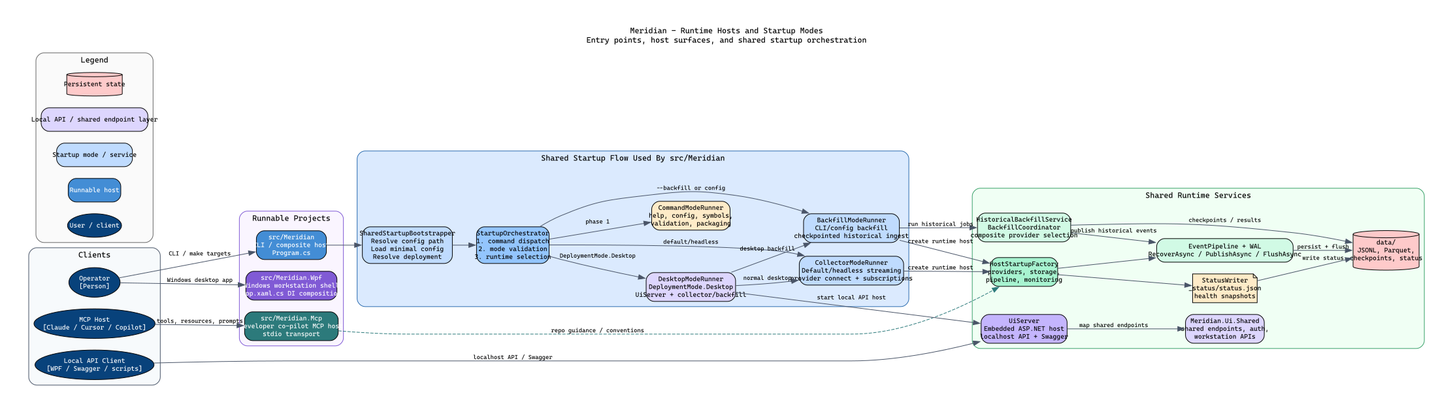
Above: docs/diagrams/architecture/platform/runtime-hosts.png in rodoHasArrived/Meridian-main (Graphviz), before the change. Its source is kept beside it as docs/diagrams/architecture/platform/runtime-hosts.dot. Its diagram source:
```dot

digraph RuntimeHosts {
  rankdir=LR;
  graph [fontname="Helvetica", fontsize=12, bgcolor="white", compound=true, pad=0.5];
  node  [fontname="Helvetica", fontsize=10, shape=box, style="rounded,filled"];
  edge  [fontname="Helvetica", fontsize=9, color="#4a5568"];

  labelloc="t";
  label="Meridian - Runtime Hosts and Startup Modes\nEntry points, host surfaces, and shared startup orchestration";

  subgraph cluster_clients {
    label="Clients";
    color="#4a5568";
    style="rounded";
    bgcolor="#f7fafc";

    OPERATOR [shape=oval, fillcolor="#08427b", fontcolor="white",
              label="Operator\n[Person]"];
    LOCAL_CLIENT [shape=oval, fillcolor="#08427b", fontcolor="white",
                  label="Local API Client\n[WPF / Swagger / scripts]"];
    MCP_HOST [shape=oval, fillcolor="#08427b", fontcolor="white",
              label="MCP Host\n[Claude / Cursor / Copilot]"];
  }

  subgraph cluster_entrypoints {
    label="Runnable Projects";
    color="#805ad5";
    style="rounded";
    bgcolor="#faf5ff";

    MAIN_APP [fillcolor="#438dd5", fontcolor="white",
              label="src/Meridian\nCLI / composite host\nProgram.cs"];
    WPF_APP [fillcolor="#805ad5", fontcolor="white",
             label="src/Meridian.Wpf\nWindows workstation shell\nApp.xaml.cs DI composition"];
    MCP_REPO [fillcolor="#2c7a7b", fontcolor="white",
              label="src/Meridian.Mcp\nDeveloper co-pilot MCP host\nstdio transport"];
  }

  subgraph cluster_startup {
    label="Shared Startup Flow Used By src/Meridian";
    color="#2b6cb0";
    style="rounded";
    bgcolor="#dbeafe";

    BOOTSTRAPPER [fillcolor="#bfdbfe",
                  label="SharedStartupBootstrapper\nResolve config path\nLoad minimal config\nResolve deployment"];
    ORCHESTRATOR [fillcolor="#93c5fd",
                  label="StartupOrchestrator\n1. command dispatch\n2. mode validation\n3. runtime selection"];

    COMMAND_MODE [fillcolor="#feebc8",
                  label="CommandModeRunner\nhelp, config, symbols,\nvalidation, packaging"];
    DESKTOP_MODE [fillcolor="#ddd6fe",
                  label="DesktopModeRunner\nDeploymentMode.Desktop\nUiServer + collector/backfill"];
    COLLECTOR_MODE [fillcolor="#bfdbfe",
                    label="CollectorModeRunner\nDefault/headless streaming\nprovider connect + subscriptions"];
    BACKFILL_MODE [fillcolor="#bfdbfe",
                   label="BackfillModeRunner\nCLI/config backfill\ncheckpointed historical ingest"];
  }

  subgraph cluster_shared_runtime {
    label="Shared Runtime Services";
    color="#38a169";
    style="rounded";
    bgcolor="#f0fff4";

    DASHBOARD_BRIDGE [fillcolor="#c4b5fd",
                      label="UiServer\nEmbedded ASP.NET host\nlocalhost API + Swagger"];
    UI_SHARED [fillcolor="#ddd6fe",
               label="Meridian.Ui.Shared\nshared endpoints, auth,\nworkstation APIs"];
    HOST_FACTORY [fillcolor="#a7f3d0",
                  label="HostStartupFactory\nproviders, storage,\npipeline, monitoring"];
    PIPELINE [fillcolor="#d1fae5",
              label="EventPipeline + WAL\nRecoverAsync / PublishAsync / FlushAsync"];
    STATUS_WRITER [shape=note, fillcolor="#feebc8",
                   label="StatusWriter\n_status/status.json\nhealth snapshots"];
    BACKFILL_SERVICES [fillcolor="#d1fae5",
                       label="HistoricalBackfillService\nBackfillCoordinator\ncomposite provider selection"];
    STORAGE [shape=cylinder, fillcolor="#fecaca",
             label="data/\nJSONL, Parquet,\ncheckpoints, status"];
  }

  OPERATOR -> MAIN_APP [label="CLI / make targets"];
  OPERATOR -> WPF_APP [label="Windows desktop app"];
  LOCAL_CLIENT -> DASHBOARD_BRIDGE [label="localhost API / Swagger"];
  MCP_HOST -> MCP_REPO [label="tools, resources, prompts"];

  MAIN_APP -> BOOTSTRAPPER;
  BOOTSTRAPPER -> ORCHESTRATOR;
  ORCHESTRATOR -> COMMAND_MODE [label="phase 1"];
  ORCHESTRATOR -> DESKTOP_MODE [label="DeploymentMode.Desktop"];
  ORCHESTRATOR -> COLLECTOR_MODE [label="default/headless"];
  ORCHESTRATOR -> BACKFILL_MODE [label="--backfill or config"];

  DESKTOP_MODE -> DASHBOARD_BRIDGE [label="start local API host"];
  DASHBOARD_BRIDGE -> UI_SHARED [label="map shared endpoints"];

  DESKTOP_MODE -> COLLECTOR_MODE [label="normal desktop"];
  DESKTOP_MODE -> BACKFILL_MODE [label="desktop backfill"];

  COLLECTOR_MODE -> HOST_FACTORY [label="create runtime host"];
  BACKFILL_MODE -> HOST_FACTORY [label="create runtime host"];
  BACKFILL_MODE -> BACKFILL_SERVICES [label="run historical jobs"];
  HOST_FACTORY -> PIPELINE;
  HOST_FACTORY -> STATUS_WRITER;
  BACKFILL_SERVICES -> PIPELINE [label="publish historical events"];
  PIPELINE -> STORAGE [label="persist + flush"];
  STATUS_WRITER -> STORAGE [label="write status"];
  BACKFILL_SERVICES -> STORAGE [label="checkpoints / results"];

  MCP_REPO -> HOST_FACTORY [style=dashed, color="#2c7a7b",
                            label="repo guidance / conventions"];

  subgraph cluster_legend {
    label="Legend";
    style="rounded";
    color="#666666";
    bgcolor="#fafafa";

    LEG_PERSON [shape=oval, fillcolor="#08427b", fontcolor="white", label="User / client"];
    LEG_HOST [fillcolor="#438dd5", fontcolor="white", label="Runnable host"];
    LEG_MODE [fillcolor="#bfdbfe", label="Startup mode / service"];
    LEG_UI [fillcolor="#ddd6fe", label="Local API / shared endpoint layer"];
    LEG_STORE [shape=cylinder, fillcolor="#fecaca", label="Persistent state"];
  }
}
```
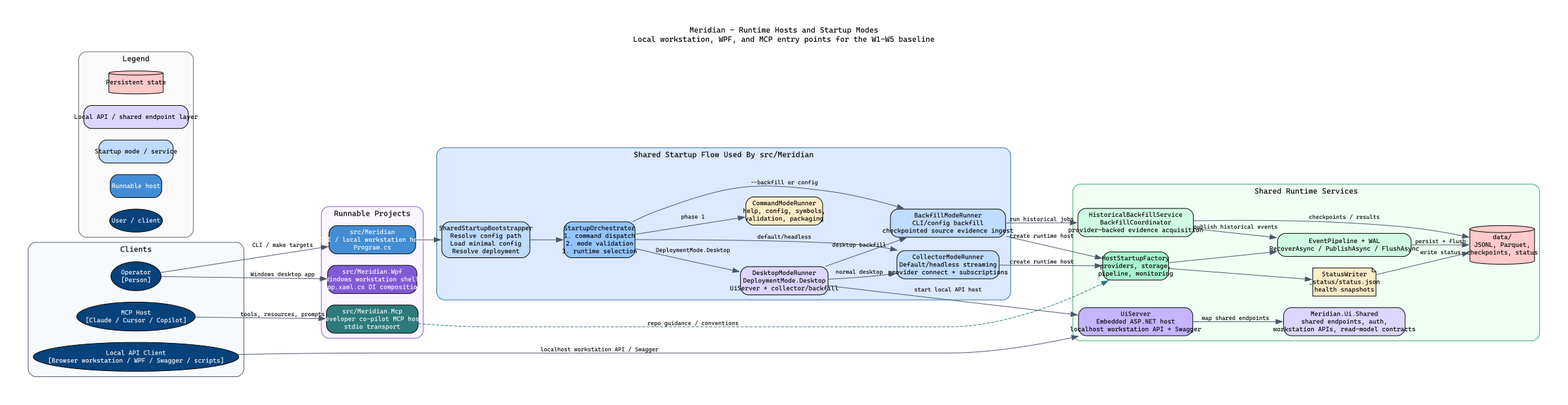
Later version of the same file.

Diff of the diagram source:
```diff
@@ -6,7 +6,7 @@
   edge  [fontname="Helvetica", fontsize=9, color="#4a5568"];
 
   labelloc="t";
-  label="Meridian - Runtime Hosts and Startup Modes\nEntry points, host surfaces, and shared startup orchestration";
+  label="Meridian - Runtime Hosts and Startup Modes\nLocal workstation, WPF, and MCP entry points for the W1-W5 baseline";
 
   subgraph cluster_clients {
     label="Clients";
@@ -17,7 +17,7 @@
     OPERATOR [shape=oval, fillcolor="#08427b", fontcolor="white",
               label="Operator\n[Person]"];
     LOCAL_CLIENT [shape=oval, fillcolor="#08427b", fontcolor="white",
-                  label="Local API Client\n[WPF / Swagger / scripts]"];
+                  label="Local API Client\n[Browser workstation / WPF / Swagger / scripts]"];
     MCP_HOST [shape=oval, fillcolor="#08427b", fontcolor="white",
               label="MCP Host\n[Claude / Cursor / Copilot]"];
   }
@@ -29,7 +29,7 @@
     bgcolor="#faf5ff";
 
     MAIN_APP [fillcolor="#438dd5", fontcolor="white",
-              label="src/Meridian\nCLI / composite host\nProgram.cs"];
+              label="src/Meridian\nCLI / local workstation host\nProgram.cs"];
     WPF_APP [fillcolor="#805ad5", fontcolor="white",
              label="src/Meridian.Wpf\nWindows workstation shell\nApp.xaml.cs DI composition"];
     MCP_REPO [fillcolor="#2c7a7b", fontcolor="white",
@@ -54,7 +54,7 @@
     COLLECTOR_MODE [fillcolor="#bfdbfe",
                     label="CollectorModeRunner\nDefault/headless streaming\nprovider connect + subscriptions"];
     BACKFILL_MODE [fillcolor="#bfdbfe",
-                   label="BackfillModeRunner\nCLI/config backfill\ncheckpointed historical ingest"];
+                   label="BackfillModeRunner\nCLI/config backfill\ncheckpointed source evidence ingest"];
   }
 
   subgraph cluster_shared_runtime {
@@ -64,9 +64,9 @@
     bgcolor="#f0fff4";
 
     DASHBOARD_BRIDGE [fillcolor="#c4b5fd",
-                      label="UiServer\nEmbedded ASP.NET host\nlocalhost API + Swagger"];
+                      label="UiServer\nEmbedded ASP.NET host\nlocalhost workstation API + Swagger"];
     UI_SHARED [fillcolor="#ddd6fe",
-               label="Meridian.Ui.Shared\nshared endpoints, auth,\nworkstation APIs"];
+               label="Meridian.Ui.Shared\nshared endpoints, auth,\nworkstation APIs, read-model contracts"];
     HOST_FACTORY [fillcolor="#a7f3d0",
                   label="HostStartupFactory\nproviders, storage,\npipeline, monitoring"];
     PIPELINE [fillcolor="#d1fae5",
@@ -74,14 +74,14 @@
     STATUS_WRITER [shape=note, fillcolor="#feebc8",
                    label="StatusWriter\n_status/status.json\nhealth snapshots"];
     BACKFILL_SERVICES [fillcolor="#d1fae5",
-                       label="HistoricalBackfillService\nBackfillCoordinator\ncomposite provider selection"];
+                       label="HistoricalBackfillService\nBackfillCoordinator\nprovider-backed evidence acquisition"];
     STORAGE [shape=cylinder, fillcolor="#fecaca",
              label="data/\nJSONL, Parquet,\ncheckpoints, status"];
   }
 
   OPERATOR -> MAIN_APP [label="CLI / make targets"];
   OPERATOR -> WPF_APP [label="Windows desktop app"];
-  LOCAL_CLIENT -> DASHBOARD_BRIDGE [label="localhost API / Swagger"];
+  LOCAL_CLIENT -> DASHBOARD_BRIDGE [label="localhost workstation API / Swagger"];
   MCP_HOST -> MCP_REPO [label="tools, resources, prompts"];
 
   MAIN_APP -> BOOTSTRAPPER;
```
